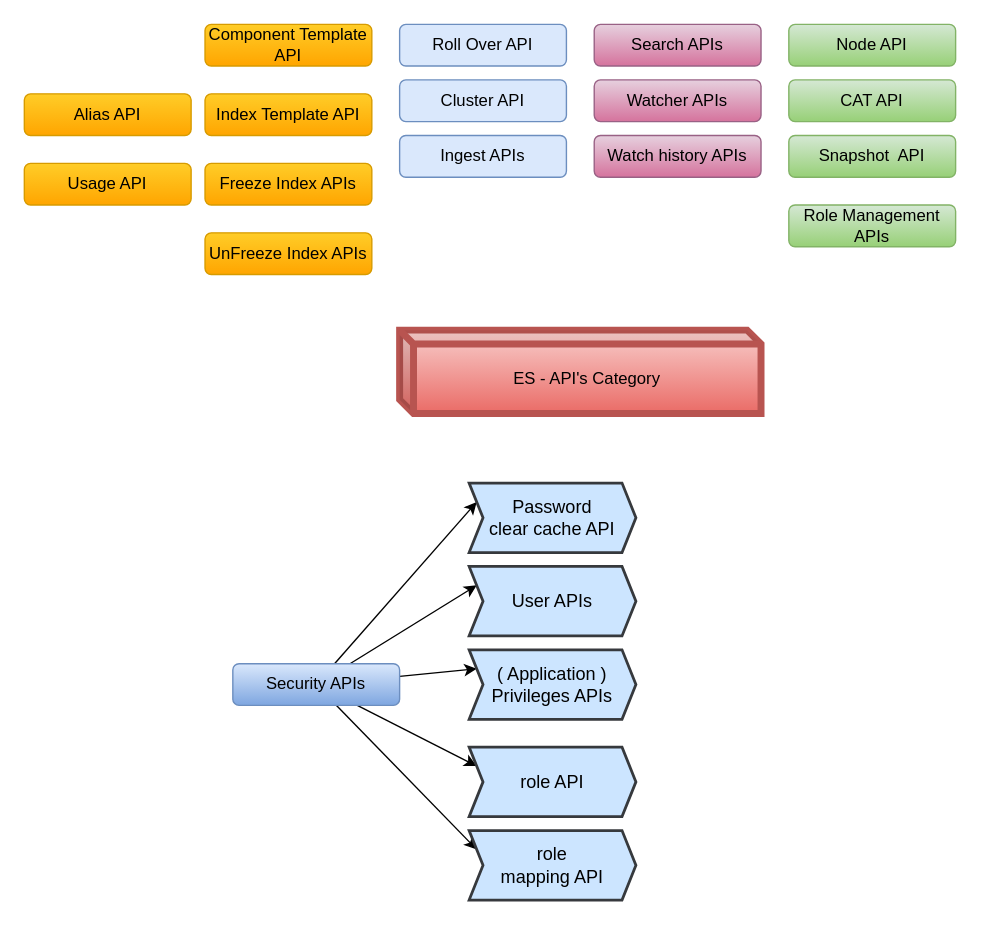
Before: page "ES-API's Category" (5 of 10) of My Articles/elastic stack/Elastic Search Understanding.drawio in paramothers/books, a draw.io diagram. Source tidied: cells renumbered, new cells numbered last; positions are measured from the earlier drawing's top-left corner, leaving out a move shared by most shapes. Both pictures are drawn from the tidied source at 139%, with x=0, y=0 at pixel (24, 24).
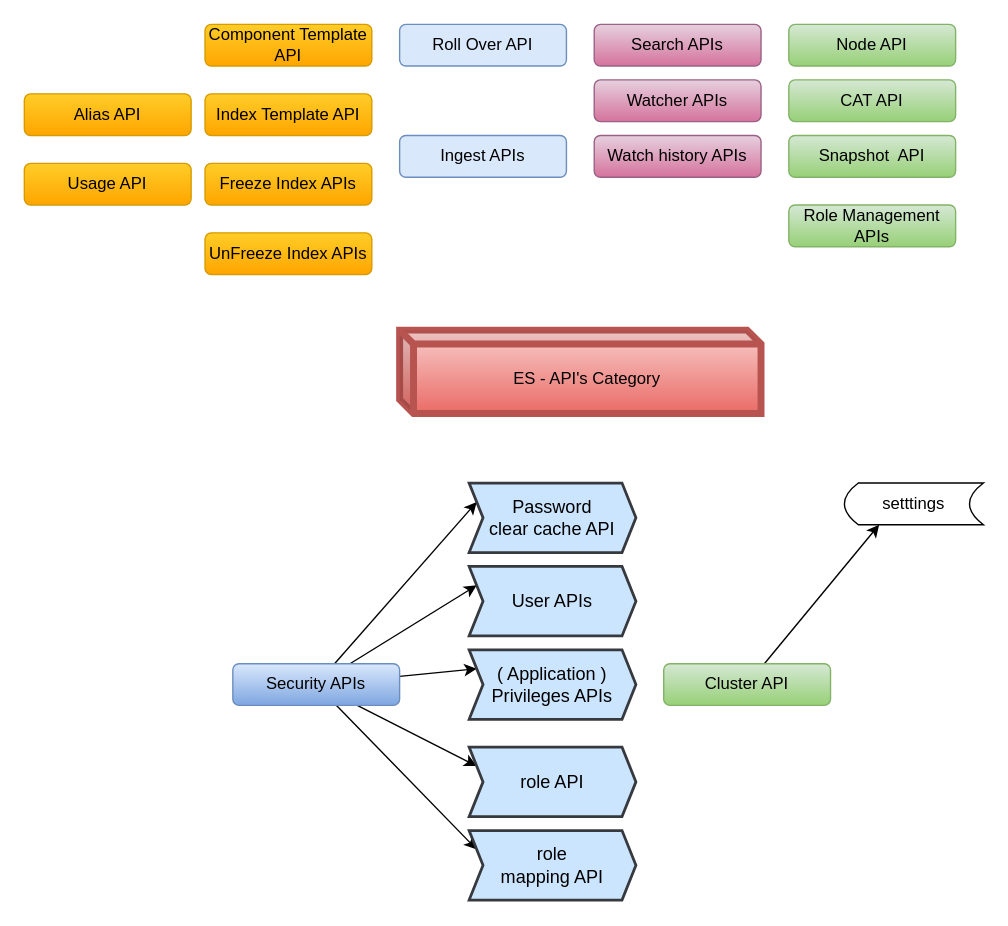
The same page after the edit.

Change to the diagram source:
```diff
@@
+    <mxCell id="30" style="edgeStyle=none;rounded=0;jettySize=auto;html=1;entryX=0.25;entryY=1;entryDx=0;entryDy=0;" parent="1" edge="1" source="6" target="31">
+      <mxGeometry relative="1" as="geometry" />
+    </mxCell>
-    <mxCell id="6" value="Cluster API" style="rounded=1;whiteSpace=wrap;html=1;fillColor=#dae8fc;strokeColor=#6c8ebf;" parent="1" vertex="1">
-      <mxGeometry x="270" y="40" width="120" height="30" as="geometry" />
+    <mxCell id="6" value="Cluster API" style="rounded=1;whiteSpace=wrap;html=1;fillColor=#d5e8d4;strokeColor=#82b366;gradientColor=#97d077;" parent="1" vertex="1">
+      <mxGeometry x="460" y="460" width="120" height="30" as="geometry" />
     </mxCell>
@@
+    <mxCell id="31" value="setttings" style="shape=dataStorage;whiteSpace=wrap;html=1;" parent="1" vertex="1">
+      <mxGeometry x="590" y="330" width="100" height="30" as="geometry" />
+    </mxCell>
```
